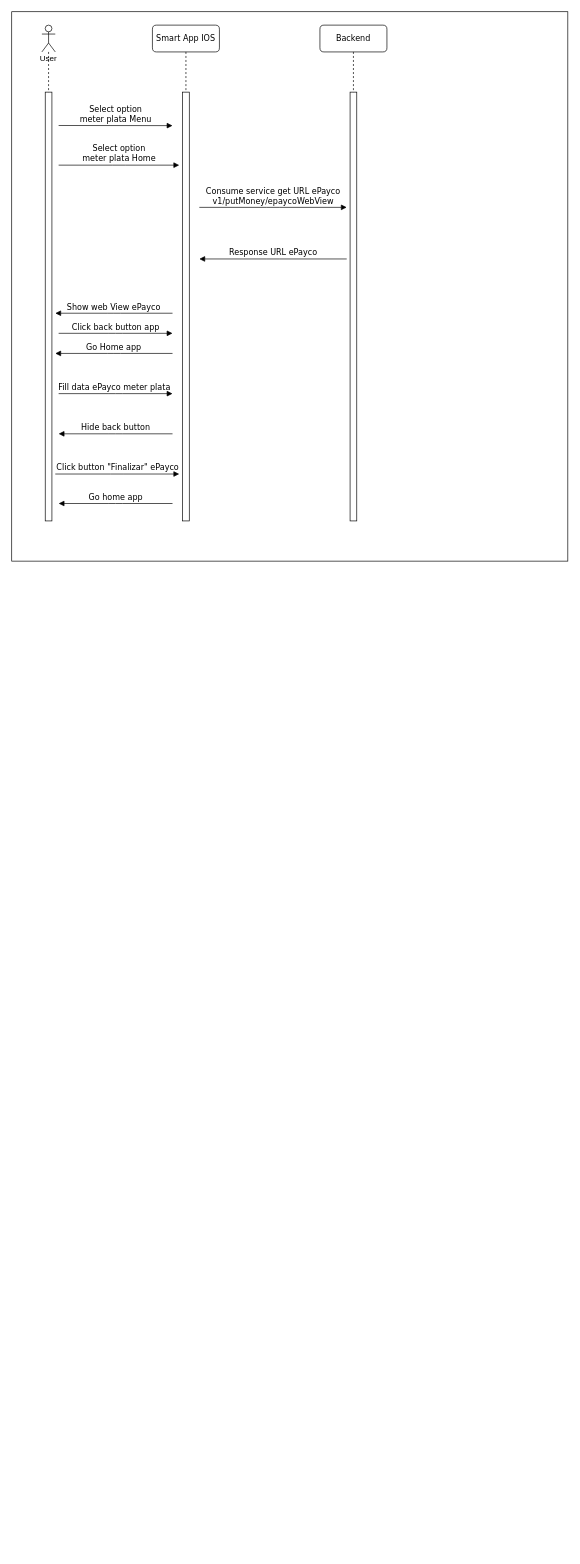
Above: R13 - Tarjeta de Credito.drawio in KingMathew/SequenceDiagram (draw.io), before the change. Source tidied: cells renumbered, new cells numbered last; positions are measured from the earlier drawing's top-left corner, leaving out a move shared by most shapes. Both pictures are drawn from the tidied source at 67%, with x=0, y=0 at pixel (11, 11).
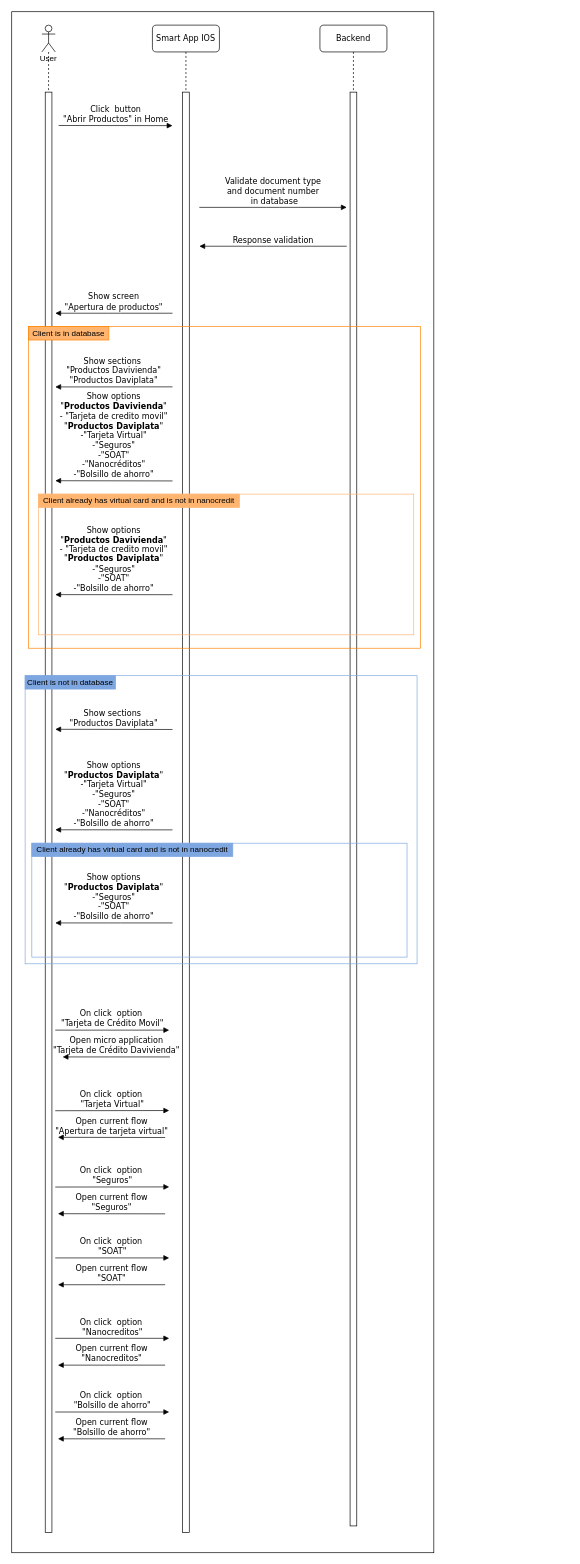
Above is the later version.

Diff of the diagram source:
```diff
@@
     <mxCell id="2" style="rounded=0;whiteSpace=wrap;html=1;" parent="1" vertex="1">
-      <mxGeometry width="830" height="820" as="geometry" />
+      <mxGeometry width="630" height="2300" as="geometry" />
     </mxCell>
@@
     <mxCell id="4" value="Smart App IOS" style="shape=umlLifeline;perimeter=lifelinePerimeter;whiteSpace=wrap;html=1;rounded=1;shadow=0;comic=0;labelBackgroundColor=none;strokeWidth=1;fontFamily=Verdana;fontSize=12;align=center;" parent="1" vertex="1">
-      <mxGeometry x="210" y="20" width="100" height="740" as="geometry" />
+      <mxGeometry x="210" y="20" width="100" height="2250" as="geometry" />
     </mxCell>
     <mxCell id="5" style="html=1;perimeter=orthogonalPerimeter;rounded=0;shadow=0;comic=0;labelBackgroundColor=none;strokeWidth=1;fontFamily=Verdana;fontSize=12;align=center;" parent="4" vertex="1">
-      <mxGeometry x="45" y="100" width="10" height="640" as="geometry" />
+      <mxGeometry x="45" y="100" width="10" height="2150" as="geometry" />
     </mxCell>
     <mxCell id="6" value="Backend" style="shape=umlLifeline;perimeter=lifelinePerimeter;whiteSpace=wrap;html=1;rounded=1;shadow=0;comic=0;labelBackgroundColor=none;strokeWidth=1;fontFamily=Verdana;fontSize=12;align=center;" parent="1" vertex="1">
-      <mxGeometry x="460" y="20" width="100" height="740" as="geometry" />
+      <mxGeometry x="460" y="20" width="100" height="2240" as="geometry" />
     </mxCell>
     <mxCell id="7" style="html=1;perimeter=orthogonalPerimeter;rounded=0;shadow=0;comic=0;labelBackgroundColor=none;strokeWidth=1;fontFamily=Verdana;fontSize=12;align=center;" parent="6" vertex="1">
-      <mxGeometry x="45" y="100" width="10" height="640" as="geometry" />
+      <mxGeometry x="45" y="100" width="10" height="2140" as="geometry" />
     </mxCell>
-    <mxCell id="8" value="Select option&lt;br&gt;meter plata Menu" style="html=1;verticalAlign=bottom;endArrow=block;labelBackgroundColor=none;fontFamily=Verdana;fontSize=12;edgeStyle=elbowEdgeStyle;elbow=vertical;" parent="1" edge="1">
+    <mxCell id="8" value="Click&amp;nbsp; button &lt;br&gt;&quot;Abrir Productos&quot; in Home" style="html=1;verticalAlign=bottom;endArrow=block;labelBackgroundColor=none;fontFamily=Verdana;fontSize=12;edgeStyle=elbowEdgeStyle;elbow=vertical;" parent="1" edge="1">
       <mxGeometry relative="1" as="geometry">
         <mxPoint x="70" y="169.8" as="sourcePoint" />
         <mxPoint x="240" y="169.8" as="targetPoint" />
       </mxGeometry>
     </mxCell>
-    <mxCell id="9" value="Select option&lt;br&gt;meter plata Home" style="html=1;verticalAlign=bottom;endArrow=block;labelBackgroundColor=none;fontFamily=Verdana;fontSize=12;edgeStyle=elbowEdgeStyle;elbow=vertical;" parent="1" edge="1">
-      <mxGeometry relative="1" as="geometry">
-        <mxPoint x="70" y="229" as="sourcePoint" />
-        <mxPoint x="250" y="229" as="targetPoint" />
-      </mxGeometry>
-    </mxCell>
-    <mxCell id="10" value="Consume service get URL ePayco&lt;br&gt;v1/putMoney/epaycoWebView" style="html=1;verticalAlign=bottom;endArrow=block;labelBackgroundColor=none;fontFamily=Verdana;fontSize=12;edgeStyle=elbowEdgeStyle;elbow=vertical;" parent="1" edge="1">
+    <mxCell id="10" value="Validate document type &lt;br&gt;and document number&lt;br&gt;&amp;nbsp;in database" style="html=1;verticalAlign=bottom;endArrow=block;labelBackgroundColor=none;fontFamily=Verdana;fontSize=12;edgeStyle=elbowEdgeStyle;elbow=vertical;" parent="1" edge="1">
       <mxGeometry relative="1" as="geometry">
         <mxPoint x="280" y="292" as="sourcePoint" />
         <mxPoint x="500" y="292" as="targetPoint" />
       </mxGeometry>
     </mxCell>
-    <mxCell id="11" value="Response URL ePayco" style="html=1;verticalAlign=bottom;endArrow=block;labelBackgroundColor=none;fontFamily=Verdana;fontSize=12;edgeStyle=elbowEdgeStyle;elbow=vertical;" parent="1" edge="1">
+    <mxCell id="11" value="Response validation" style="html=1;verticalAlign=bottom;endArrow=block;labelBackgroundColor=none;fontFamily=Verdana;fontSize=12;edgeStyle=elbowEdgeStyle;elbow=vertical;" parent="1" edge="1">
       <mxGeometry relative="1" as="geometry">
-        <mxPoint x="500" y="369" as="sourcePoint" />
-        <mxPoint x="280" y="369" as="targetPoint" />
+        <mxPoint x="500" y="350" as="sourcePoint" />
+        <mxPoint x="280" y="350" as="targetPoint" />
       </mxGeometry>
     </mxCell>
     <mxCell id="12" style="html=1;perimeter=orthogonalPerimeter;rounded=0;shadow=0;comic=0;labelBackgroundColor=none;strokeWidth=1;fontFamily=Verdana;fontSize=12;align=center;" parent="1" vertex="1">
-      <mxGeometry x="50" y="120" width="10" height="640" as="geometry" />
+      <mxGeometry x="50" y="120" width="10" height="2150" as="geometry" />
     </mxCell>
-    <mxCell id="13" value="Show web View ePayco" style="html=1;verticalAlign=bottom;endArrow=block;labelBackgroundColor=none;fontFamily=Verdana;fontSize=12;edgeStyle=elbowEdgeStyle;elbow=vertical;" parent="1" edge="1">
+    <mxCell id="13" value="Show screen &lt;br&gt;&quot;Apertura de productos&quot;" style="html=1;verticalAlign=bottom;endArrow=block;labelBackgroundColor=none;fontFamily=Verdana;fontSize=12;edgeStyle=elbowEdgeStyle;elbow=vertical;" parent="1" edge="1">
       <mxGeometry relative="1" as="geometry">
         <mxPoint x="240" y="450" as="sourcePoint" />
         <mxPoint x="65" y="450" as="targetPoint" />
       </mxGeometry>
     </mxCell>
-    <mxCell id="14" value="Fill data ePayco meter plata&amp;nbsp;" style="html=1;verticalAlign=bottom;endArrow=block;labelBackgroundColor=none;fontFamily=Verdana;fontSize=12;edgeStyle=elbowEdgeStyle;elbow=vertical;" parent="1" edge="1">
-      <mxGeometry relative="1" as="geometry">
-        <mxPoint x="70" y="570" as="sourcePoint" />
-        <mxPoint x="240" y="570" as="targetPoint" />
-      </mxGeometry>
-    </mxCell>
-    <mxCell id="15" value="Click button &quot;Finalizar&quot; ePayco" style="html=1;verticalAlign=bottom;endArrow=block;labelBackgroundColor=none;fontFamily=Verdana;fontSize=12;edgeStyle=elbowEdgeStyle;elbow=vertical;" parent="1" edge="1">
-      <mxGeometry relative="1" as="geometry">
-        <mxPoint x="65" y="690" as="sourcePoint" />
-        <mxPoint x="250" y="690" as="targetPoint" />
-      </mxGeometry>
-    </mxCell>
-    <mxCell id="16" value="Hide back button" style="html=1;verticalAlign=bottom;endArrow=block;labelBackgroundColor=none;fontFamily=Verdana;fontSize=12;edgeStyle=elbowEdgeStyle;elbow=vertical;" parent="1" edge="1">
-      <mxGeometry relative="1" as="geometry">
-        <mxPoint x="240" y="630" as="sourcePoint" />
-        <mxPoint x="70" y="630" as="targetPoint" />
-      </mxGeometry>
-    </mxCell>
-    <mxCell id="17" value="Go home app" style="html=1;verticalAlign=bottom;endArrow=block;labelBackgroundColor=none;fontFamily=Verdana;fontSize=12;edgeStyle=elbowEdgeStyle;elbow=vertical;" parent="1" edge="1">
-      <mxGeometry relative="1" as="geometry">
-        <mxPoint x="240" y="734" as="sourcePoint" />
-        <mxPoint x="70" y="734" as="targetPoint" />
-      </mxGeometry>
-    </mxCell>
-    <mxCell id="18" value="Click back button app" style="html=1;verticalAlign=bottom;endArrow=block;labelBackgroundColor=none;fontFamily=Verdana;fontSize=12;edgeStyle=elbowEdgeStyle;elbow=vertical;" parent="1" edge="1">
-      <mxGeometry relative="1" as="geometry">
-        <mxPoint x="70" y="480" as="sourcePoint" />
-        <mxPoint x="240" y="480" as="targetPoint" />
-      </mxGeometry>
-    </mxCell>
-    <mxCell id="19" value="Go Home app" style="html=1;verticalAlign=bottom;endArrow=block;labelBackgroundColor=none;fontFamily=Verdana;fontSize=12;edgeStyle=elbowEdgeStyle;elbow=vertical;" parent="1" edge="1">
-      <mxGeometry relative="1" as="geometry">
-        <mxPoint x="240" y="510" as="sourcePoint" />
-        <mxPoint x="65" y="510" as="targetPoint" />
-      </mxGeometry>
-    </mxCell>
+    <mxCell id="20" style="rounded=0;whiteSpace=wrap;html=1;fillColor=none;strokeColor=#FF8000;" parent="1" vertex="1">
+      <mxGeometry x="25" y="470" width="585" height="480" as="geometry" />
+    </mxCell>
+    <mxCell id="21" value="Client is in database" style="rounded=0;whiteSpace=wrap;html=1;strokeColor=#FF8000;fillColor=#FFB570;" parent="1" vertex="1">
+      <mxGeometry x="25" y="470" width="120" height="20" as="geometry" />
+    </mxCell>
+    <mxCell id="22" value="Show sections&amp;nbsp;&lt;br&gt;&quot;Productos Davivienda&quot;&lt;br&gt;&quot;Productos Daviplata&quot;" style="html=1;verticalAlign=bottom;endArrow=block;labelBackgroundColor=none;fontFamily=Verdana;fontSize=12;edgeStyle=elbowEdgeStyle;elbow=vertical;" parent="1" edge="1">
+      <mxGeometry relative="1" as="geometry">
+        <mxPoint x="240" y="559.9" as="sourcePoint" />
+        <mxPoint x="65" y="559.9" as="targetPoint" />
+      </mxGeometry>
+    </mxCell>
+    <mxCell id="23" value="Show options&lt;br&gt;&quot;&lt;b&gt;Productos Davivienda&lt;/b&gt;&quot;&lt;br&gt;- &quot;Tarjeta de credito movil&quot;&lt;br&gt;&quot;&lt;b&gt;Productos Daviplata&lt;/b&gt;&quot;&lt;br&gt;-&quot;Tarjeta Virtual&quot;&lt;br&gt;-&quot;Seguros&quot;&lt;br&gt;-&quot;SOAT&quot;&lt;br&gt;-&quot;Nanocréditos&quot;&lt;br&gt;-&quot;Bolsillo de ahorro&quot;" style="html=1;verticalAlign=bottom;endArrow=block;labelBackgroundColor=none;fontFamily=Verdana;fontSize=12;edgeStyle=elbowEdgeStyle;elbow=vertical;" parent="1" edge="1">
+      <mxGeometry relative="1" as="geometry">
+        <mxPoint x="240" y="700.3" as="sourcePoint" />
+        <mxPoint x="65" y="700.3" as="targetPoint" />
+      </mxGeometry>
+    </mxCell>
+    <mxCell id="24" style="rounded=0;whiteSpace=wrap;html=1;fillColor=none;strokeColor=#7EA6E0;" parent="1" vertex="1">
+      <mxGeometry x="20" y="991" width="585" height="430" as="geometry" />
+    </mxCell>
+    <mxCell id="25" value="Client is not in database" style="rounded=0;whiteSpace=wrap;html=1;strokeColor=#7EA6E0;fillColor=#7EA6E0;" parent="1" vertex="1">
+      <mxGeometry x="20" y="991" width="135" height="20" as="geometry" />
+    </mxCell>
+    <mxCell id="26" value="Show sections&amp;nbsp;&lt;br&gt;&quot;Productos Daviplata&quot;" style="html=1;verticalAlign=bottom;endArrow=block;labelBackgroundColor=none;fontFamily=Verdana;fontSize=12;edgeStyle=elbowEdgeStyle;elbow=vertical;" parent="1" edge="1">
+      <mxGeometry relative="1" as="geometry">
+        <mxPoint x="240" y="1071.3" as="sourcePoint" />
+        <mxPoint x="65" y="1071.3" as="targetPoint" />
+      </mxGeometry>
+    </mxCell>
+    <mxCell id="27" style="rounded=0;whiteSpace=wrap;html=1;fillColor=none;strokeColor=#FFB570;" parent="1" vertex="1">
+      <mxGeometry x="40" y="720" width="560" height="210" as="geometry" />
+    </mxCell>
+    <mxCell id="28" value="Client already has virtual card and is not in nanocredit" style="rounded=0;whiteSpace=wrap;html=1;strokeColor=#FFB570;fillColor=#FFB570;" parent="1" vertex="1">
+      <mxGeometry x="40" y="720" width="300" height="20" as="geometry" />
+    </mxCell>
+    <mxCell id="29" value="Show options&lt;br&gt;&quot;&lt;b&gt;Productos Davivienda&lt;/b&gt;&quot;&lt;br&gt;- &quot;Tarjeta de credito movil&quot;&lt;br&gt;&quot;&lt;b&gt;Productos Daviplata&lt;/b&gt;&quot;&lt;br&gt;-&quot;Seguros&quot;&lt;br&gt;-&quot;SOAT&quot;&lt;br&gt;-&quot;Bolsillo de ahorro&quot;" style="html=1;verticalAlign=bottom;endArrow=block;labelBackgroundColor=none;fontFamily=Verdana;fontSize=12;edgeStyle=elbowEdgeStyle;elbow=vertical;" parent="1" edge="1">
+      <mxGeometry relative="1" as="geometry">
+        <mxPoint x="240" y="870.1" as="sourcePoint" />
+        <mxPoint x="65" y="870.1" as="targetPoint" />
+      </mxGeometry>
+    </mxCell>
+    <mxCell id="30" value="Show options&lt;br&gt;&quot;&lt;b&gt;Productos Daviplata&lt;/b&gt;&quot;&lt;br&gt;-&quot;Tarjeta Virtual&quot;&lt;br&gt;-&quot;Seguros&quot;&lt;br&gt;-&quot;SOAT&quot;&lt;br&gt;-&quot;Nanocréditos&quot;&lt;br&gt;-&quot;Bolsillo de ahorro&quot;" style="html=1;verticalAlign=bottom;endArrow=block;labelBackgroundColor=none;fontFamily=Verdana;fontSize=12;edgeStyle=elbowEdgeStyle;elbow=vertical;" parent="1" edge="1">
+      <mxGeometry relative="1" as="geometry">
+        <mxPoint x="240" y="1221.1" as="sourcePoint" />
+        <mxPoint x="65" y="1221.1" as="targetPoint" />
+      </mxGeometry>
+    </mxCell>
+    <mxCell id="31" style="rounded=0;whiteSpace=wrap;html=1;fillColor=none;strokeColor=#7EA6E0;" parent="1" vertex="1">
+      <mxGeometry x="30" y="1241" width="560" height="170" as="geometry" />
+    </mxCell>
+    <mxCell id="32" value="Client already has virtual card and is not in nanocredit" style="rounded=0;whiteSpace=wrap;html=1;strokeColor=#7EA6E0;fillColor=#7EA6E0;" parent="1" vertex="1">
+      <mxGeometry x="30" y="1241" width="300" height="20" as="geometry" />
+    </mxCell>
+    <mxCell id="33" value="Show options&lt;br&gt;&quot;&lt;b&gt;Productos Daviplata&lt;/b&gt;&quot;&lt;br&gt;-&quot;Seguros&quot;&lt;br&gt;-&quot;SOAT&quot;&lt;br&gt;-&quot;Bolsillo de ahorro&quot;" style="html=1;verticalAlign=bottom;endArrow=block;labelBackgroundColor=none;fontFamily=Verdana;fontSize=12;edgeStyle=elbowEdgeStyle;elbow=vertical;" parent="1" edge="1">
+      <mxGeometry relative="1" as="geometry">
+        <mxPoint x="240" y="1360" as="sourcePoint" />
+        <mxPoint x="65" y="1360" as="targetPoint" />
+      </mxGeometry>
+    </mxCell>
+    <mxCell id="34" value="On click&amp;nbsp; option&amp;nbsp;&lt;br&gt;&quot;Tarjeta de Crédito Movil&quot;" style="html=1;verticalAlign=bottom;endArrow=block;labelBackgroundColor=none;fontFamily=Verdana;fontSize=12;edgeStyle=elbowEdgeStyle;elbow=vertical;" parent="1" edge="1">
+      <mxGeometry relative="1" as="geometry">
+        <mxPoint x="65" y="1520" as="sourcePoint" />
+        <mxPoint x="235" y="1520" as="targetPoint" />
+      </mxGeometry>
+    </mxCell>
+    <mxCell id="35" value="Open micro application &lt;br&gt;&quot;Tarjeta de Crédito Davivienda&quot;" style="html=1;verticalAlign=bottom;endArrow=block;labelBackgroundColor=none;fontFamily=Verdana;fontSize=12;edgeStyle=elbowEdgeStyle;elbow=vertical;" parent="1" edge="1">
+      <mxGeometry relative="1" as="geometry">
+        <mxPoint x="236" y="1560" as="sourcePoint" />
+        <mxPoint x="76" y="1560" as="targetPoint" />
+      </mxGeometry>
+    </mxCell>
+    <mxCell id="36" value="On click&amp;nbsp; option&amp;nbsp;&lt;br&gt;&quot;Tarjeta Virtual&quot;" style="html=1;verticalAlign=bottom;endArrow=block;labelBackgroundColor=none;fontFamily=Verdana;fontSize=12;edgeStyle=elbowEdgeStyle;elbow=vertical;" parent="1" edge="1">
+      <mxGeometry relative="1" as="geometry">
+        <mxPoint x="65" y="1640.3" as="sourcePoint" />
+        <mxPoint x="235" y="1640.3" as="targetPoint" />
+      </mxGeometry>
+    </mxCell>
+    <mxCell id="37" value="Open current flow &lt;br&gt;&quot;Apertura de tarjeta virtual&quot;" style="html=1;verticalAlign=bottom;endArrow=block;labelBackgroundColor=none;fontFamily=Verdana;fontSize=12;edgeStyle=elbowEdgeStyle;elbow=vertical;" parent="1" edge="1">
+      <mxGeometry relative="1" as="geometry">
+        <mxPoint x="229" y="1680.3" as="sourcePoint" />
+        <mxPoint x="69" y="1680.3" as="targetPoint" />
+      </mxGeometry>
+    </mxCell>
+    <mxCell id="38" value="On click&amp;nbsp; option&amp;nbsp;&lt;br&gt;&quot;Seguros&quot;" style="html=1;verticalAlign=bottom;endArrow=block;labelBackgroundColor=none;fontFamily=Verdana;fontSize=12;edgeStyle=elbowEdgeStyle;elbow=vertical;" parent="1" edge="1">
+      <mxGeometry relative="1" as="geometry">
+        <mxPoint x="65" y="1754.2" as="sourcePoint" />
+        <mxPoint x="235" y="1754.2" as="targetPoint" />
+      </mxGeometry>
+    </mxCell>
+    <mxCell id="39" value="Open current flow &lt;br&gt;&quot;Seguros&quot;" style="html=1;verticalAlign=bottom;endArrow=block;labelBackgroundColor=none;fontFamily=Verdana;fontSize=12;edgeStyle=elbowEdgeStyle;elbow=vertical;" parent="1" edge="1">
+      <mxGeometry relative="1" as="geometry">
+        <mxPoint x="229" y="1794.2" as="sourcePoint" />
+        <mxPoint x="69" y="1794.2" as="targetPoint" />
+      </mxGeometry>
+    </mxCell>
+    <mxCell id="40" value="On click&amp;nbsp; option&amp;nbsp;&lt;br&gt;&quot;SOAT&quot;" style="html=1;verticalAlign=bottom;endArrow=block;labelBackgroundColor=none;fontFamily=Verdana;fontSize=12;edgeStyle=elbowEdgeStyle;elbow=vertical;" parent="1" edge="1">
+      <mxGeometry relative="1" as="geometry">
+        <mxPoint x="65" y="1860" as="sourcePoint" />
+        <mxPoint x="235" y="1860" as="targetPoint" />
+      </mxGeometry>
+    </mxCell>
+    <mxCell id="41" value="Open current flow &lt;br&gt;&quot;SOAT&quot;" style="html=1;verticalAlign=bottom;endArrow=block;labelBackgroundColor=none;fontFamily=Verdana;fontSize=12;edgeStyle=elbowEdgeStyle;elbow=vertical;" parent="1" edge="1">
+      <mxGeometry relative="1" as="geometry">
+        <mxPoint x="229" y="1900" as="sourcePoint" />
+        <mxPoint x="69" y="1900" as="targetPoint" />
+      </mxGeometry>
+    </mxCell>
+    <mxCell id="42" value="On click&amp;nbsp; option&amp;nbsp;&lt;br&gt;&quot;Nanocreditos&quot;" style="html=1;verticalAlign=bottom;endArrow=block;labelBackgroundColor=none;fontFamily=Verdana;fontSize=12;edgeStyle=elbowEdgeStyle;elbow=vertical;" parent="1" edge="1">
+      <mxGeometry relative="1" as="geometry">
+        <mxPoint x="65" y="1980" as="sourcePoint" />
+        <mxPoint x="235" y="1980" as="targetPoint" />
+      </mxGeometry>
+    </mxCell>
+    <mxCell id="43" value="Open current flow &lt;br&gt;&quot;Nanocreditos&quot;" style="html=1;verticalAlign=bottom;endArrow=block;labelBackgroundColor=none;fontFamily=Verdana;fontSize=12;edgeStyle=elbowEdgeStyle;elbow=vertical;" parent="1" edge="1">
+      <mxGeometry relative="1" as="geometry">
+        <mxPoint x="229" y="2020" as="sourcePoint" />
+        <mxPoint x="69" y="2020" as="targetPoint" />
+      </mxGeometry>
+    </mxCell>
+    <mxCell id="44" value="On click&amp;nbsp; option&amp;nbsp;&lt;br&gt;&quot;Bolsillo de ahorro&quot;" style="html=1;verticalAlign=bottom;endArrow=block;labelBackgroundColor=none;fontFamily=Verdana;fontSize=12;edgeStyle=elbowEdgeStyle;elbow=vertical;" parent="1" edge="1">
+      <mxGeometry relative="1" as="geometry">
+        <mxPoint x="65" y="2090" as="sourcePoint" />
+        <mxPoint x="235" y="2090" as="targetPoint" />
+      </mxGeometry>
+    </mxCell>
+    <mxCell id="45" value="Open current flow &lt;br&gt;&quot;Bolsillo de ahorro&quot;" style="html=1;verticalAlign=bottom;endArrow=block;labelBackgroundColor=none;fontFamily=Verdana;fontSize=12;edgeStyle=elbowEdgeStyle;elbow=vertical;" parent="1" edge="1">
+      <mxGeometry relative="1" as="geometry">
+        <mxPoint x="229" y="2130" as="sourcePoint" />
+        <mxPoint x="69" y="2130" as="targetPoint" />
+      </mxGeometry>
+    </mxCell>
```
